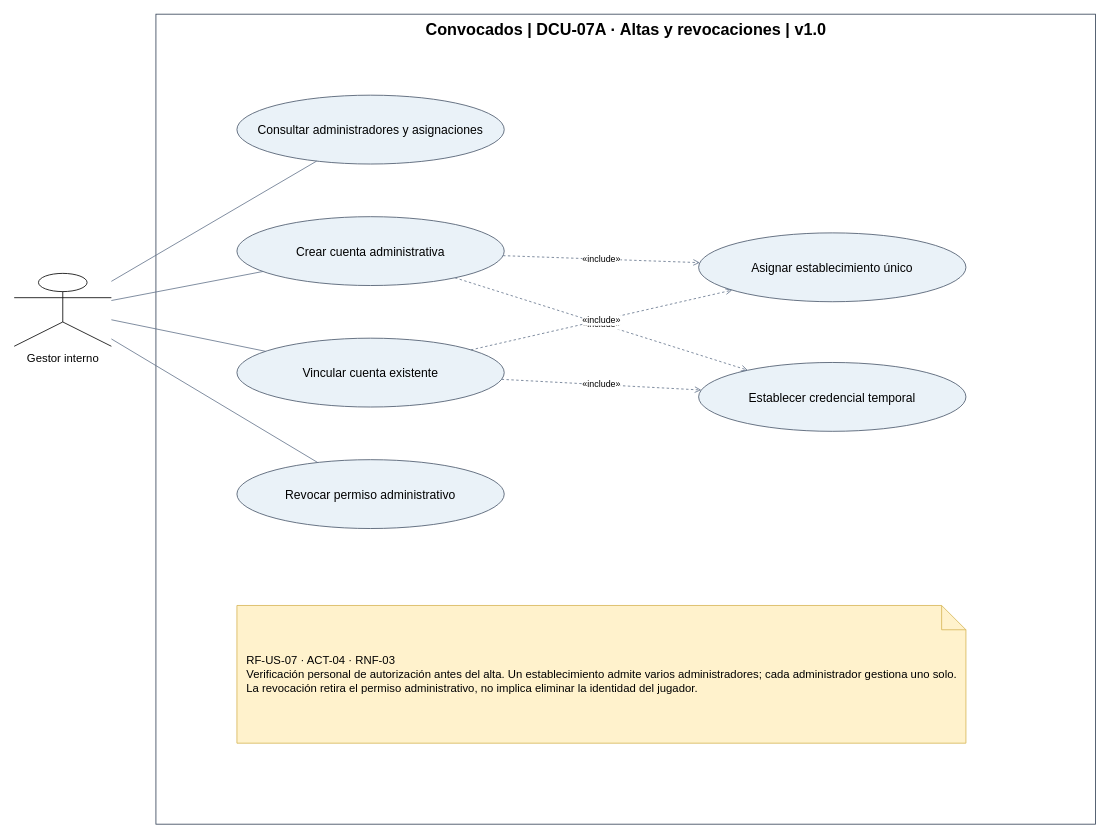
The draw.io diagram page "DCU-07A · Altas y revocaciones" (1 of 2) of docs/02-diseno-funcional/casos-de-uso-permisos.drawio in alejovidela13/convocados, before the edit. Source tidied: cells renumbered, new cells numbered last; positions are measured from the earlier drawing's top-left corner, leaving out a move shared by most shapes. Both pictures are drawn from the tidied source at 81%, with x=0, y=0 at pixel (14, 14).
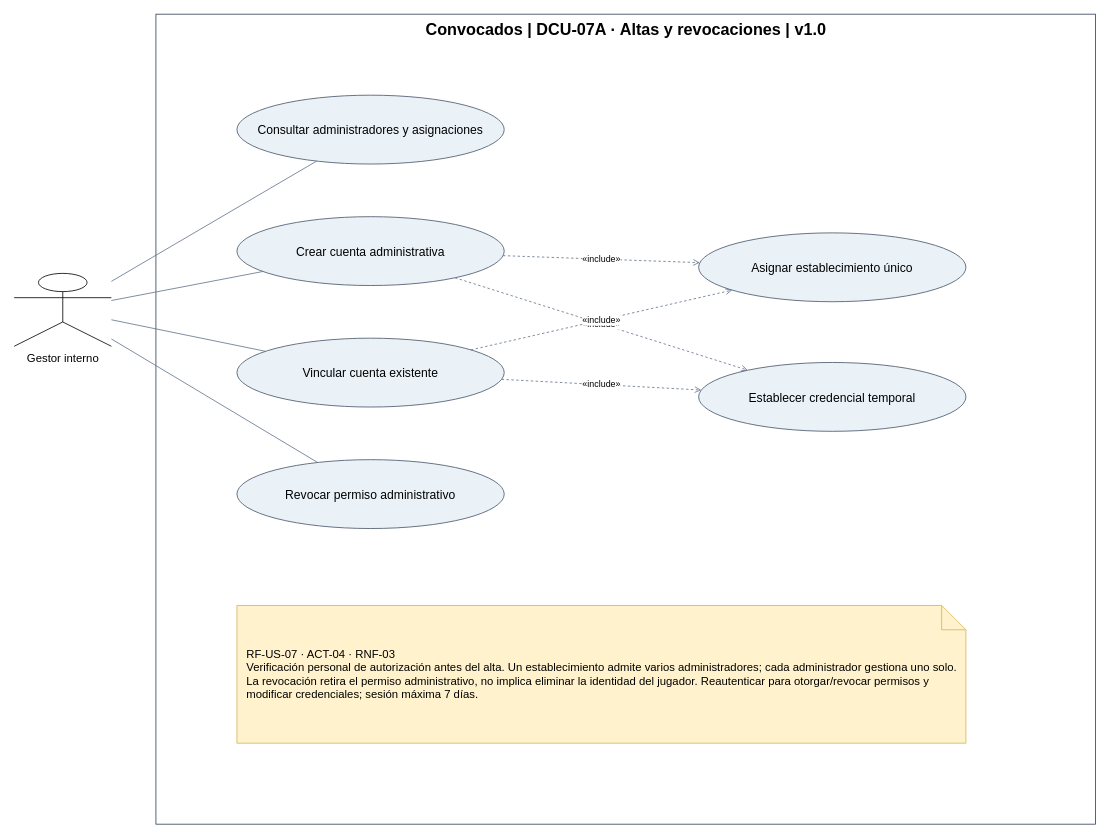
After the change.

What changed in the source:
```diff
@@
 <mxGraphModel>
   <root>
     <mxCell id="0" />
     <mxCell id="1" parent="0" />
     <mxCell id="2" value="Convocados | DCU-07A · Altas y revocaciones | v1.0" style="rounded=0;html=1;verticalAlign=top;fontStyle=1;fontSize=20;fillColor=none;strokeColor=#334155;" parent="1" vertex="1">
       <mxGeometry x="175" width="1160" height="1000" as="geometry" />
     </mxCell>
     <mxCell id="3" value="Gestor interno" style="shape=umlActor;verticalLabelPosition=bottom;verticalAlign=top;html=1;fontSize=14;" parent="1" vertex="1">
       <mxGeometry y="320" width="120" height="90" as="geometry" />
     </mxCell>
     <mxCell id="4" value="Consultar administradores y asignaciones" style="ellipse;whiteSpace=wrap;html=1;fontSize=15;fillColor=#eaf2f8;strokeColor=#475569;" parent="1" vertex="1">
       <mxGeometry x="275" y="100" width="330" height="85" as="geometry" />
     </mxCell>
     <mxCell id="5" style="html=1;strokeColor=#64748b;endArrow=none;" parent="1" edge="1" source="3" target="4">
       <mxGeometry relative="1" as="geometry" />
     </mxCell>
     <mxCell id="6" value="Crear cuenta administrativa" style="ellipse;whiteSpace=wrap;html=1;fontSize=15;fillColor=#eaf2f8;strokeColor=#475569;" parent="1" vertex="1">
       <mxGeometry x="275" y="250" width="330" height="85" as="geometry" />
     </mxCell>
     <mxCell id="7" style="html=1;strokeColor=#64748b;endArrow=none;" parent="1" edge="1" source="3" target="6">
       <mxGeometry relative="1" as="geometry" />
     </mxCell>
     <mxCell id="8" value="Vincular cuenta existente" style="ellipse;whiteSpace=wrap;html=1;fontSize=15;fillColor=#eaf2f8;strokeColor=#475569;" parent="1" vertex="1">
       <mxGeometry x="275" y="400" width="330" height="85" as="geometry" />
     </mxCell>
     <mxCell id="9" style="html=1;strokeColor=#64748b;endArrow=none;" parent="1" edge="1" source="3" target="8">
       <mxGeometry relative="1" as="geometry" />
     </mxCell>
     <mxCell id="10" value="Revocar permiso administrativo" style="ellipse;whiteSpace=wrap;html=1;fontSize=15;fillColor=#eaf2f8;strokeColor=#475569;" parent="1" vertex="1">
       <mxGeometry x="275" y="550" width="330" height="85" as="geometry" />
     </mxCell>
     <mxCell id="11" style="html=1;strokeColor=#64748b;endArrow=none;" parent="1" edge="1" source="3" target="10">
       <mxGeometry relative="1" as="geometry" />
     </mxCell>
     <mxCell id="12" value="Asignar establecimiento único" style="ellipse;whiteSpace=wrap;html=1;fontSize=15;fillColor=#eaf2f8;strokeColor=#475569;" parent="1" vertex="1">
       <mxGeometry x="845" y="270" width="330" height="85" as="geometry" />
     </mxCell>
     <mxCell id="13" value="Establecer credencial temporal" style="ellipse;whiteSpace=wrap;html=1;fontSize=15;fillColor=#eaf2f8;strokeColor=#475569;" parent="1" vertex="1">
       <mxGeometry x="845" y="430" width="330" height="85" as="geometry" />
     </mxCell>
     <mxCell id="14" value="«include»" style="html=1;strokeColor=#64748b;dashed=1;endArrow=open;endFill=0;" parent="1" edge="1" source="6" target="12">
       <mxGeometry relative="1" as="geometry" />
     </mxCell>
     <mxCell id="15" value="«include»" style="html=1;strokeColor=#64748b;dashed=1;endArrow=open;endFill=0;" parent="1" edge="1" source="6" target="13">
       <mxGeometry relative="1" as="geometry" />
     </mxCell>
     <mxCell id="16" value="«include»" style="html=1;strokeColor=#64748b;dashed=1;endArrow=open;endFill=0;" parent="1" edge="1" source="8" target="12">
       <mxGeometry relative="1" as="geometry" />
     </mxCell>
     <mxCell id="17" value="«include»" style="html=1;strokeColor=#64748b;dashed=1;endArrow=open;endFill=0;" parent="1" edge="1" source="8" target="13">
       <mxGeometry relative="1" as="geometry" />
     </mxCell>
-    <mxCell id="18" value="RF-US-07 · ACT-04 · RNF-03&lt;br&gt;Verificación personal de autorización antes del alta. Un establecimiento admite varios administradores; cada administrador gestiona uno solo. La revocación retira el permiso administrativo, no implica eliminar la identidad del jugador." style="shape=note;whiteSpace=wrap;html=1;fontSize=14;fillColor=#fff2cc;strokeColor=#d6b656;align=left;spacing=12;" parent="1" vertex="1">
+    <mxCell id="18" value="RF-US-07 · ACT-04 · RNF-03&lt;br&gt;Verificación personal de autorización antes del alta. Un establecimiento admite varios administradores; cada administrador gestiona uno solo. La revocación retira el permiso administrativo, no implica eliminar la identidad del jugador. Reautenticar para otorgar/revocar permisos y modificar credenciales; sesión máxima 7 días." style="shape=note;whiteSpace=wrap;html=1;fontSize=14;fillColor=#fff2cc;strokeColor=#d6b656;align=left;spacing=12;" parent="1" vertex="1">
       <mxGeometry x="275" y="730" width="900" height="170" as="geometry" />
     </mxCell>
   </root>
 </mxGraphModel>
```
